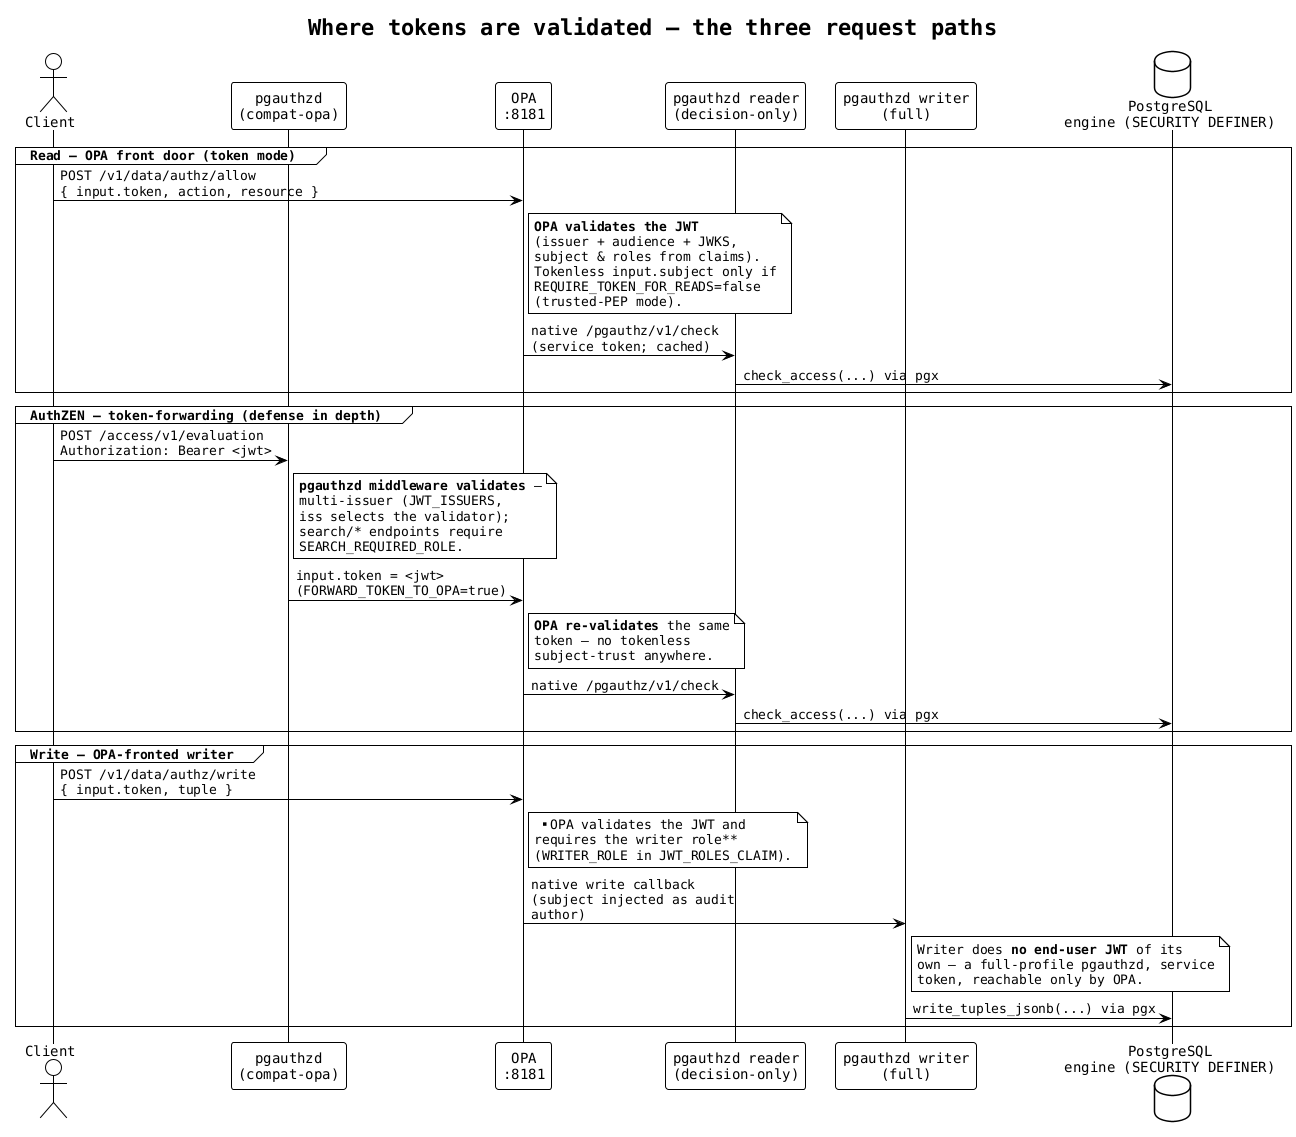
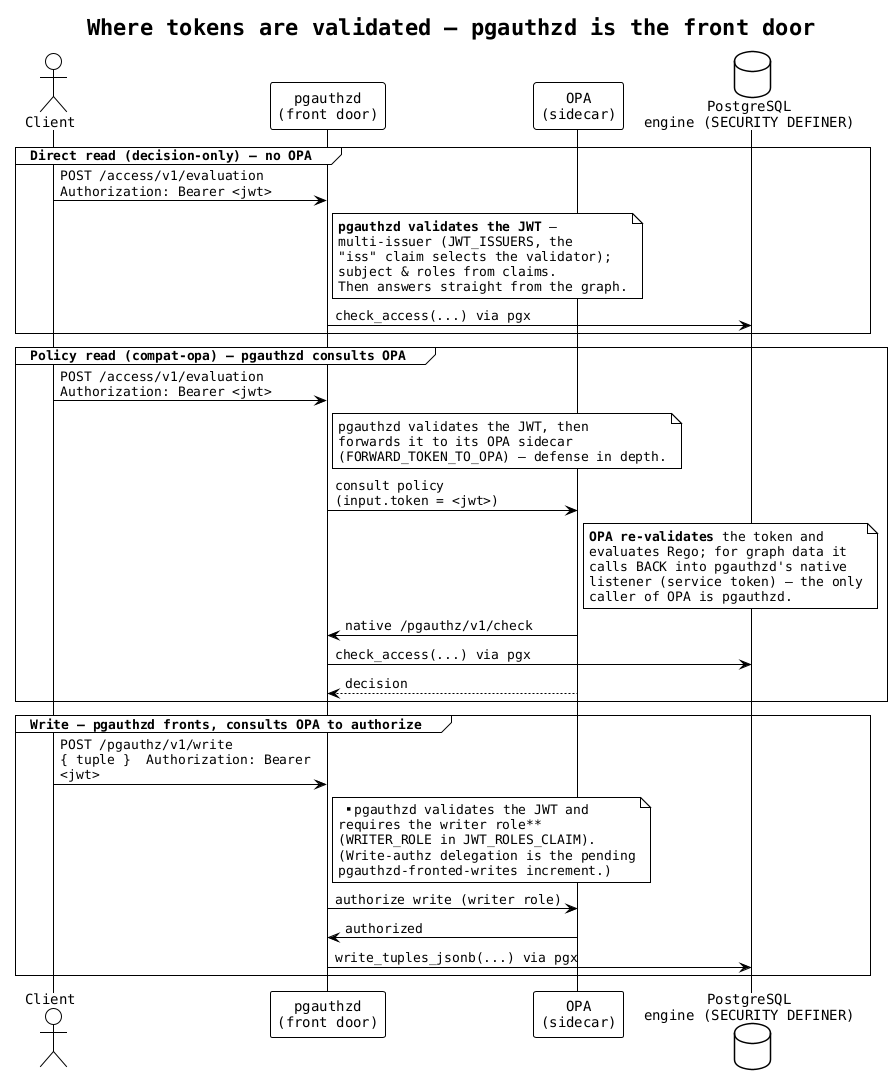
@startuml architecture-token-flow

!theme plain
skinparam backgroundColor white
skinparam defaultFontName monospaced
skinparam sequenceMessageAlign left
skinparam maxMessageSize 260

- title Where tokens are validated — the three request paths
+ title Where tokens are validated — pgauthzd is the front door

actor "Client" as app
- participant "pgauthzd\n(compat-opa)" as az
- participant "OPA\n:8181" as opa
- participant "pgauthzd reader\n(decision-only)" as pgrd
- participant "pgauthzd writer\n(full)" as pgw
+ participant "pgauthzd\n(front door)" as pgd
+ participant "OPA\n(sidecar)" as opa
database "PostgreSQL\nengine (SECURITY DEFINER)" as pg

- group Read — OPA front door (token mode)
-   app -> opa : POST /v1/data/authz/allow\n{ input.token, action, resource }
-   note right of opa
-     **OPA validates the JWT**
-     (issuer + audience + JWKS,
-     subject & roles from claims).
-     Tokenless input.subject only if
-     REQUIRE_TOKEN_FOR_READS=false
-     (trusted-PEP mode).
+ group Direct read (decision-only) — no OPA
+   app -> pgd : POST /access/v1/evaluation\nAuthorization: Bearer <jwt>
+   note right of pgd
+     **pgauthzd validates the JWT** —
+     multi-issuer (JWT_ISSUERS, the
+     "iss" claim selects the validator);
+     subject & roles from claims.
+     Then answers straight from the graph.
  end note
-   opa -> pgrd : native /pgauthz/v1/check\n(service token; cached)
-   pgrd -> pg : check_access(...) via pgx
+   pgd -> pg : check_access(...) via pgx
end

- group AuthZEN — token-forwarding (defense in depth)
-   app -> az : POST /access/v1/evaluation\nAuthorization: Bearer <jwt>
-   note right of az
-     **pgauthzd middleware validates** —
-     multi-issuer (JWT_ISSUERS,
-     iss selects the validator);
-     search/* endpoints require
-     SEARCH_REQUIRED_ROLE.
+ group Policy read (compat-opa) — pgauthzd consults OPA
+   app -> pgd : POST /access/v1/evaluation\nAuthorization: Bearer <jwt>
+   note right of pgd
+     pgauthzd validates the JWT, then
+     forwards it to its OPA sidecar
+     (FORWARD_TOKEN_TO_OPA) — defense in depth.
  end note
-   az -> opa : input.token = <jwt>\n(FORWARD_TOKEN_TO_OPA=true)
+   pgd -> opa : consult policy\n(input.token = <jwt>)
  note right of opa
-     **OPA re-validates** the same
-     token — no tokenless
-     subject-trust anywhere.
+     **OPA re-validates** the token and
+     evaluates Rego; for graph data it
+     calls BACK into pgauthzd's native
+     listener (service token) — the only
+     caller of OPA is pgauthzd.
  end note
-   opa -> pgrd : native /pgauthz/v1/check
-   pgrd -> pg : check_access(...) via pgx
+   opa -> pgd : native /pgauthz/v1/check
+   pgd -> pg : check_access(...) via pgx
+   opa --> pgd : decision
end

- group Write — OPA-fronted writer
-   app -> opa : POST /v1/data/authz/write\n{ input.token, tuple }
-   note right of opa
-     **OPA validates the JWT and
+ group Write — pgauthzd fronts, consults OPA to authorize
+   app -> pgd : POST /pgauthz/v1/write\n{ tuple }  Authorization: Bearer <jwt>
+   note right of pgd
+     **pgauthzd validates the JWT and
    requires the writer role**
    (WRITER_ROLE in JWT_ROLES_CLAIM).
+     (Write-authz delegation is the pending
+     pgauthzd-fronted-writes increment.)
  end note
-   opa -> pgw : native write callback\n(subject injected as audit author)
-   note right of pgw
-     Writer does **no end-user JWT** of its
-     own — a full-profile pgauthzd, service
-     token, reachable only by OPA.
-   end note
-   pgw -> pg : write_tuples_jsonb(...) via pgx
+   pgd -> opa : authorize write (writer role)
+   opa -> pgd : authorized
+   pgd -> pg : write_tuples_jsonb(...) via pgx
end

@enduml
